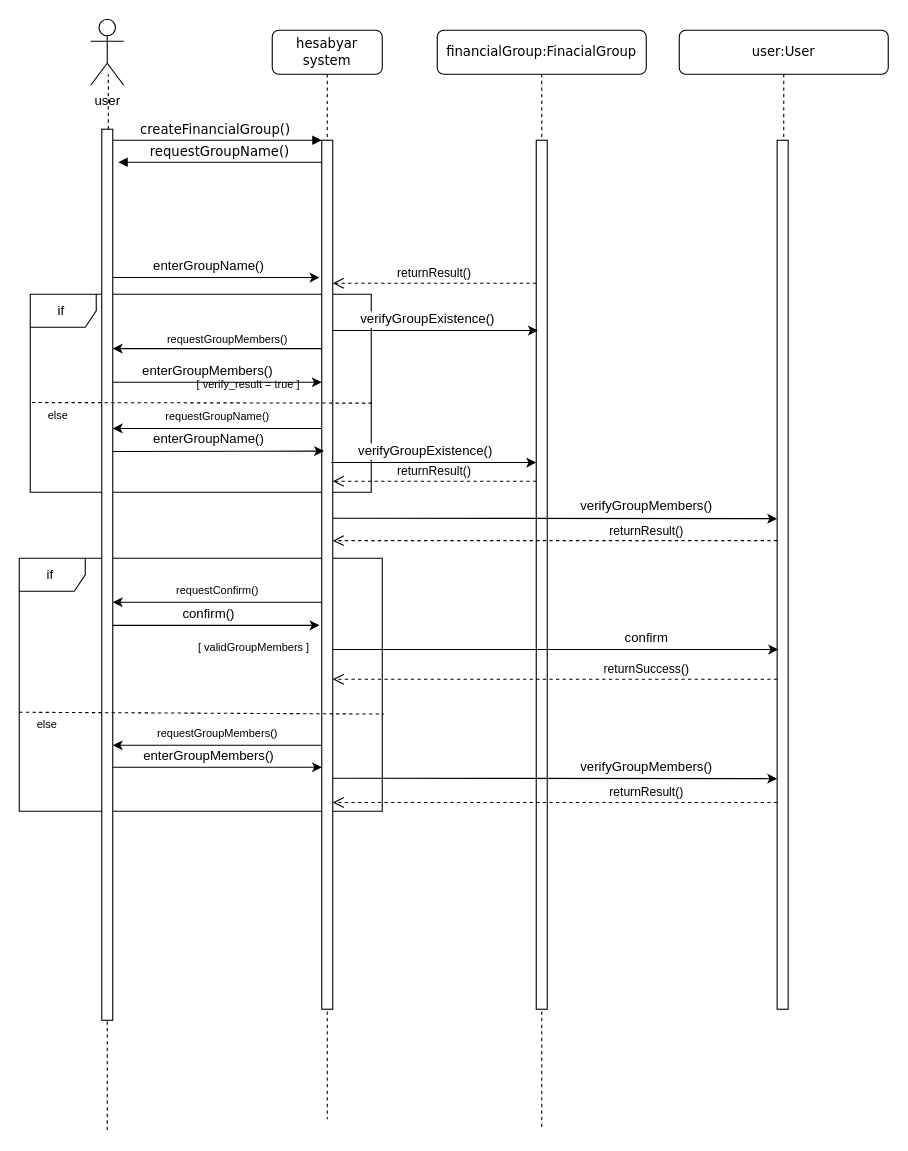
Above: Behavioral Modeling/Sequence Diagram/FinancialGroup_sequenceDiagram.drawio in mahdighazanfari/hesabyar (draw.io), before the change. Source tidied: cells renumbered, new cells numbered last; positions are measured from the earlier drawing's top-left corner, leaving out a move shared by most shapes. Both pictures are drawn from the tidied source at 110%, with x=0, y=0 at pixel (19, 19).
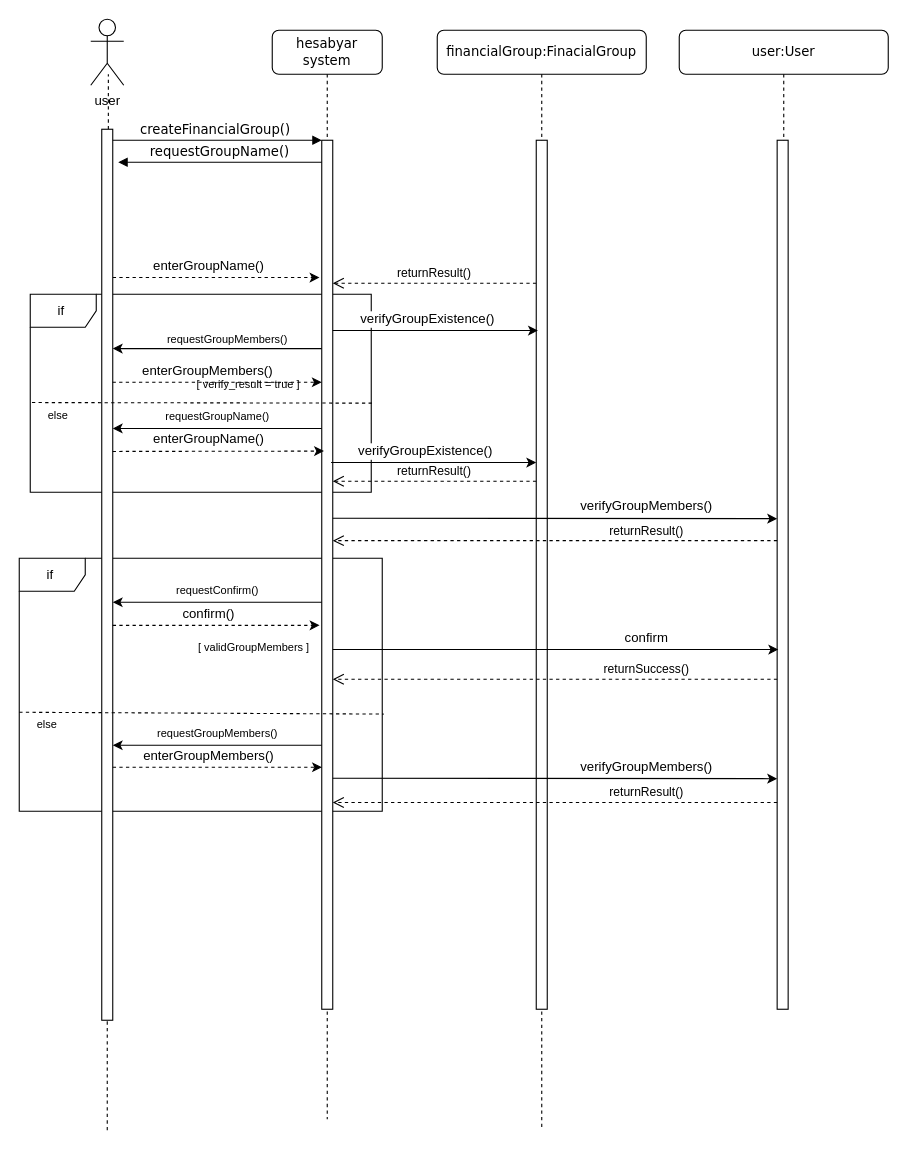
Above is the later version.

Commit message:
fixing financial group sequence diagram

The change refers to these unchanged cells:
```xml
<mxCell id="5" style="html=1;points=[];perimeter=orthogonalPerimeter;rounded=0;shadow=0;comic=0;labelBackgroundColor=none;strokeColor=#000000;strokeWidth=1;fillColor=#FFFFFF;fontFamily=Verdana;fontSize=12;fontColor=#000000;align=center;" parent="4" vertex="1">
  <mxGeometry x="45" y="100" width="10" height="790" as="geometry" />
</mxCell>
<mxCell id="16" style="html=1;points=[];perimeter=orthogonalPerimeter;" parent="1" vertex="1">
  <mxGeometry x="75" y="100" width="10" height="810" as="geometry" />
</mxCell>
```

Diff of the diagram source:
```diff
@@
-    <mxCell id="11" style="endArrow=classic;html=1;entryX=-0.205;entryY=0.158;entryDx=0;entryDy=0;entryPerimeter=0;" parent="1" edge="1" source="16" target="5">
+    <mxCell id="11" style="endArrow=classic;html=1;entryX=-0.205;entryY=0.158;entryDx=0;entryDy=0;entryPerimeter=0;dashed=1;" parent="1" edge="1" source="16" target="5">
       <mxGeometry relative="1" as="geometry" />
     </mxCell>
@@
-    <mxCell id="26" style="endArrow=classic;html=1;exitX=0.982;exitY=0.284;exitDx=0;exitDy=0;exitPerimeter=0;" parent="1" edge="1" source="16">
+    <mxCell id="26" style="endArrow=classic;html=1;exitX=0.982;exitY=0.284;exitDx=0;exitDy=0;exitPerimeter=0;dashed=1;" parent="1" edge="1" source="16">
       <mxGeometry relative="1" as="geometry">
         <mxPoint x="275" y="330" as="targetPoint" />
       </mxGeometry>
     </mxCell>
@@
-    <mxCell id="30" style="endArrow=classic;html=1;entryX=-0.205;entryY=0.158;entryDx=0;entryDy=0;entryPerimeter=0;exitX=0.986;exitY=0.588;exitDx=0;exitDy=0;exitPerimeter=0;" parent="1" edge="1">
+    <mxCell id="30" style="endArrow=classic;html=1;entryX=-0.205;entryY=0.158;entryDx=0;entryDy=0;entryPerimeter=0;exitX=0.986;exitY=0.588;exitDx=0;exitDy=0;exitPerimeter=0;dashed=1;" parent="1" edge="1">
       <mxGeometry relative="1" as="geometry">
         <mxPoint x="84.9" y="392.9" as="sourcePoint" />
         <mxPoint x="277" y="392.6" as="targetPoint" />
       </mxGeometry>
     </mxCell>
@@
-    <mxCell id="42" style="endArrow=classic;html=1;entryX=-0.205;entryY=0.158;entryDx=0;entryDy=0;entryPerimeter=0;" parent="1" edge="1">
+    <mxCell id="42" style="endArrow=classic;html=1;entryX=-0.205;entryY=0.158;entryDx=0;entryDy=0;entryPerimeter=0;dashed=1;" parent="1" edge="1">
       <mxGeometry relative="1" as="geometry">
         <mxPoint x="85" y="551" as="sourcePoint" />
         <mxPoint x="273" y="551" as="targetPoint" />
       </mxGeometry>
     </mxCell>
@@
-    <mxCell id="50" style="endArrow=classic;html=1;exitX=0.982;exitY=0.284;exitDx=0;exitDy=0;exitPerimeter=0;" parent="1" edge="1">
+    <mxCell id="50" style="endArrow=classic;html=1;exitX=0.982;exitY=0.284;exitDx=0;exitDy=0;exitPerimeter=0;dashed=1;" parent="1" edge="1">
       <mxGeometry relative="1" as="geometry">
         <mxPoint x="85" y="680" as="sourcePoint" />
         <mxPoint x="275.2" y="680" as="targetPoint" />
       </mxGeometry>
     </mxCell>
```
